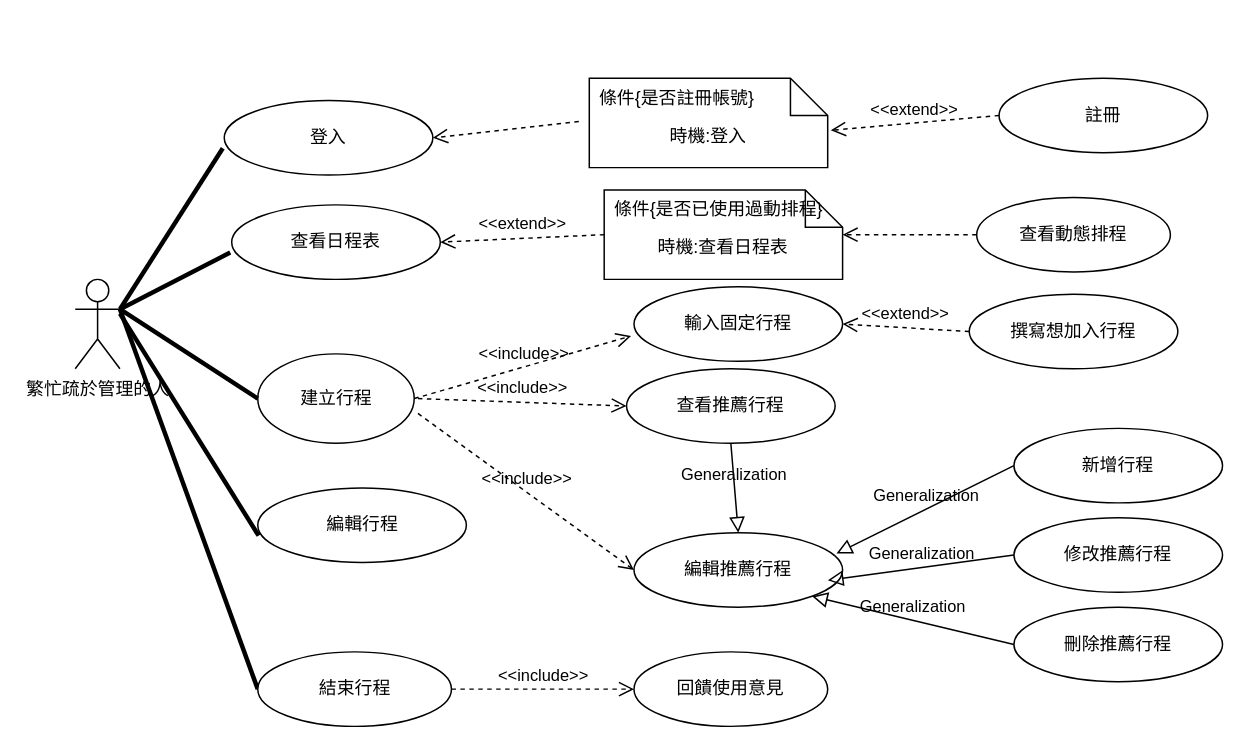
Earlier version of the draw.io diagram 使用個案圖.drawio (Kevincheng0804/Graduation-Topic). Source tidied: cells renumbered, new cells numbered last; positions are measured from the earlier drawing's top-left corner, leaving out a move shared by most shapes. Both pictures are drawn from the tidied source at 149%, with x=0, y=0 at pixel (74, 77).
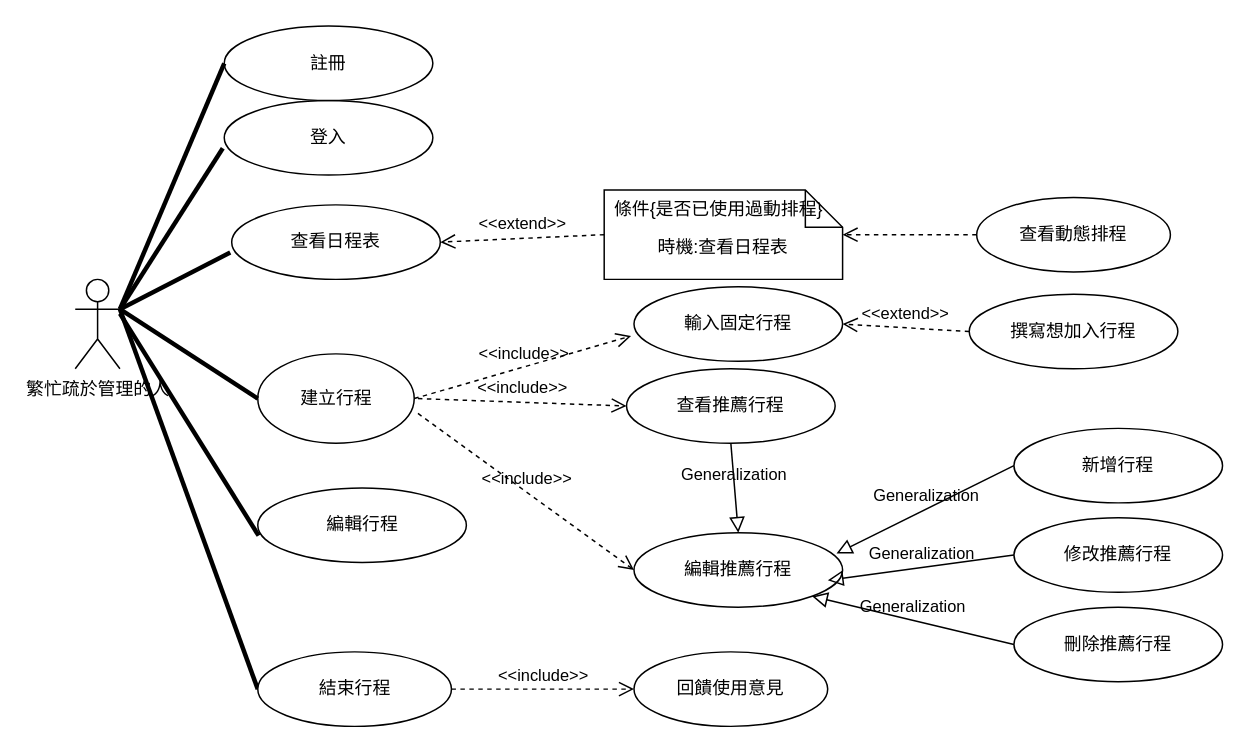
Above is the later version.

Commit message:
更新使用個案圖11/21.drawio

The change refers to these unchanged cells:
```xml
<mxCell id="3" value="登入" style="ellipse;html=1;whiteSpace=wrap;" parent="1" vertex="1">
  <mxGeometry x="100" y="15" width="140" height="50" as="geometry" />
</mxCell>
```

The edit, as a diff of the source:
```diff
@@
     <mxCell id="5" value="註冊" style="ellipse;html=1;whiteSpace=wrap;" parent="1" vertex="1">
-      <mxGeometry x="620" width="140" height="50" as="geometry" />
+      <mxGeometry x="100" y="-35" width="140" height="50" as="geometry" />
     </mxCell>
-    <mxCell id="6" value="&amp;lt;&amp;lt;extend&amp;gt;&amp;gt;" style="endArrow=open;startArrow=none;endFill=0;startFill=0;endSize=8;html=1;verticalAlign=bottom;dashed=1;labelBackgroundColor=none;rounded=0;exitX=0;exitY=0.5;exitDx=0;exitDy=0;entryX=1.013;entryY=0.583;entryDx=0;entryDy=0;entryPerimeter=0;" parent="1" edge="1" source="5" target="42">
-      <mxGeometry relative="1" as="geometry" />
-    </mxCell>
@@
-    <mxCell id="41" style="endArrow=open;startArrow=none;endFill=0;startFill=0;endSize=8;html=1;verticalAlign=bottom;dashed=1;labelBackgroundColor=none;rounded=0;exitX=-0.044;exitY=0.483;exitDx=0;exitDy=0;exitPerimeter=0;entryX=1;entryY=0.5;entryDx=0;entryDy=0;" parent="1" edge="1" source="42" target="3">
-      <mxGeometry relative="1" as="geometry" />
-    </mxCell>
-    <mxCell id="42" value="時機:登入" style="shape=note2;boundedLbl=1;whiteSpace=wrap;html=1;size=25;verticalAlign=top;align=center;" parent="1" vertex="1">
-      <mxGeometry x="345" width="160" height="60" as="geometry" />
-    </mxCell>
-    <mxCell id="43" value="條件{是否註冊帳號}" style="strokeColor=none;fillColor=none;align=left;spacingLeft=5;" parent="42" vertex="1">
-      <mxGeometry width="160" height="25" relative="1" as="geometry" />
-    </mxCell>
+    <mxCell id="44" style="endArrow=none;startArrow=none;endFill=0;startFill=0;endSize=8;html=1;verticalAlign=bottom;labelBackgroundColor=none;strokeWidth=3;rounded=0;entryX=0;entryY=0.5;entryDx=0;entryDy=0;" parent="1" edge="1" target="5">
+      <mxGeometry relative="1" as="geometry">
+        <mxPoint x="30" y="155" as="sourcePoint" />
+      </mxGeometry>
+    </mxCell>
```
